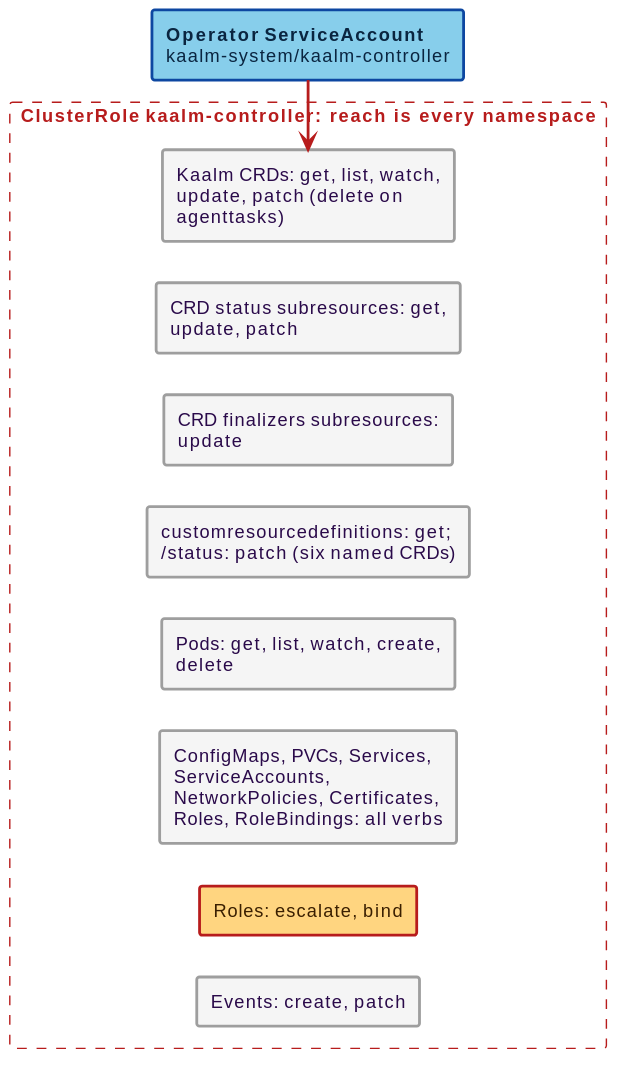
Above: docs/src/diagrams/operator-rbac-cluster.svg in win07xp/kaalm (PlantUML), before the change.
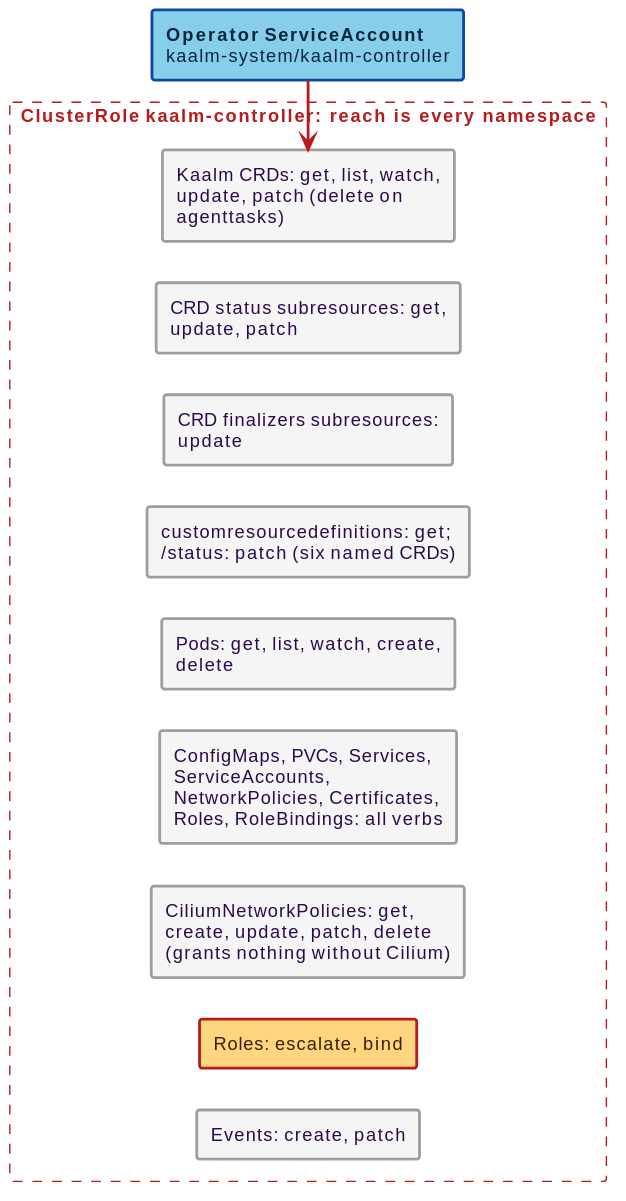
Later version of the same file.

Diff of the diagram source:
```diff
@@ -13,6 +13,7 @@
   rectangle "customresourcedefinitions: get; /status: patch (six named CRDs)" as crddef #back:F5F5F5;line:9E9E9E;line.bold;text:2a0a4a
   rectangle "Pods: get, list, watch, create, delete" as pods #back:F5F5F5;line:9E9E9E;line.bold;text:2a0a4a
   rectangle "ConfigMaps, PVCs, Services, ServiceAccounts, NetworkPolicies, Certificates, Roles, RoleBindings: all verbs" as core #back:F5F5F5;line:9E9E9E;line.bold;text:2a0a4a
+  rectangle "CiliumNetworkPolicies: get, create, update, patch, delete (grants nothing without Cilium)" as cnp #back:F5F5F5;line:9E9E9E;line.bold;text:2a0a4a
   rectangle "Roles: escalate, bind" as secs #back:FFD580;line:B71C1C;line.bold;text:3a1f00
   rectangle "Events: create, patch" as ev #back:F5F5F5;line:9E9E9E;line.bold;text:2a0a4a
 }
@@ -22,6 +23,7 @@
 fin -[hidden]down- crddef
 crddef -[hidden]down- pods
 pods -[hidden]down- core
-core -[hidden]down- secs
+core -[hidden]down- cnp
+cnp -[hidden]down- secs
 secs -[hidden]down- ev
 @enduml
```
